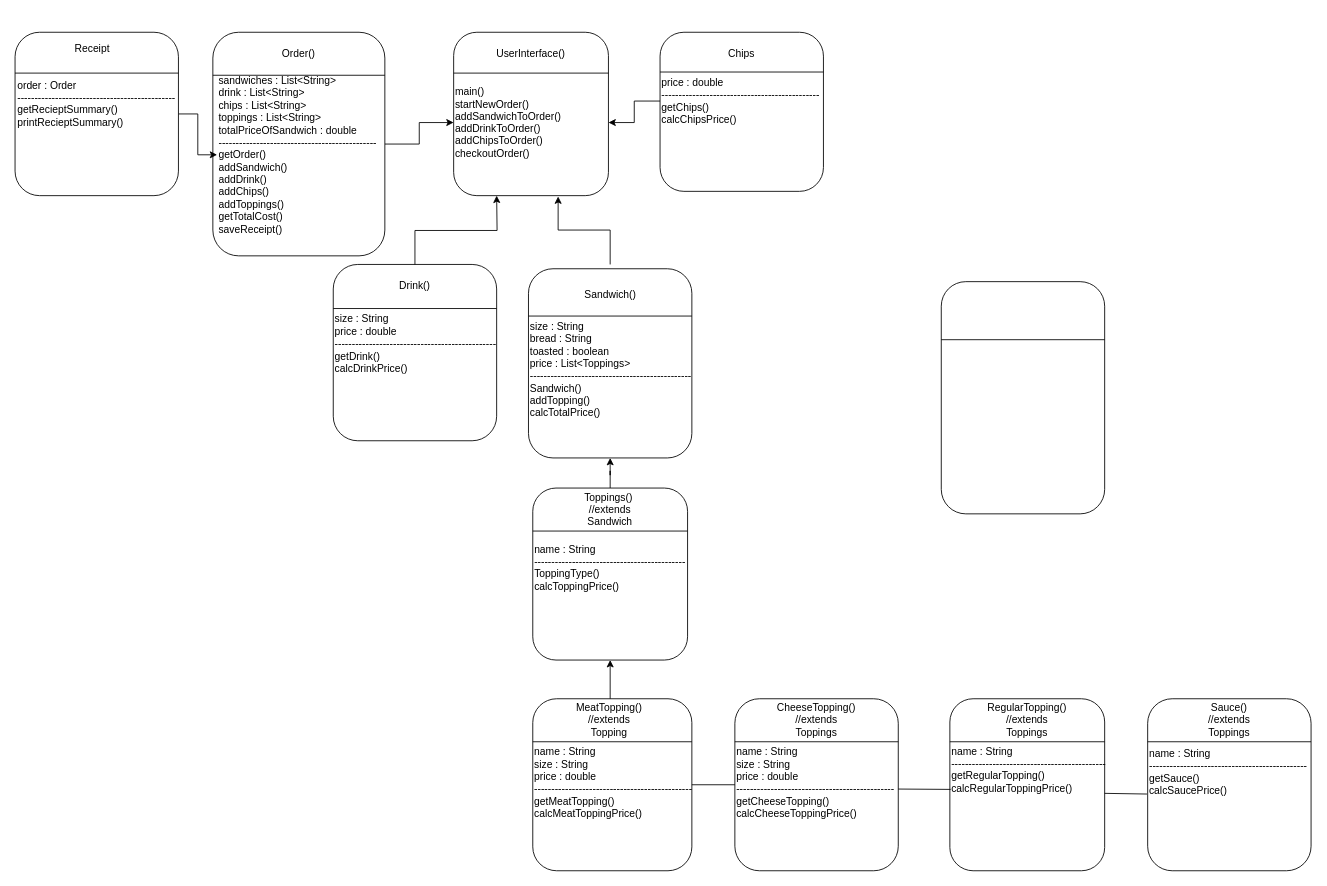
412-ChrisP/Deli-cious-Sandwiches keeps this draw.io diagram as Deli-ciousSandwichesDiagram.drawio. Above is the earlier version. Source tidied: cells renumbered, new cells numbered last; positions are measured from the earlier drawing's top-left corner, leaving out a move shared by most shapes. Both pictures are drawn from the tidied source at 86%, with x=0, y=0 at pixel (15, 15).
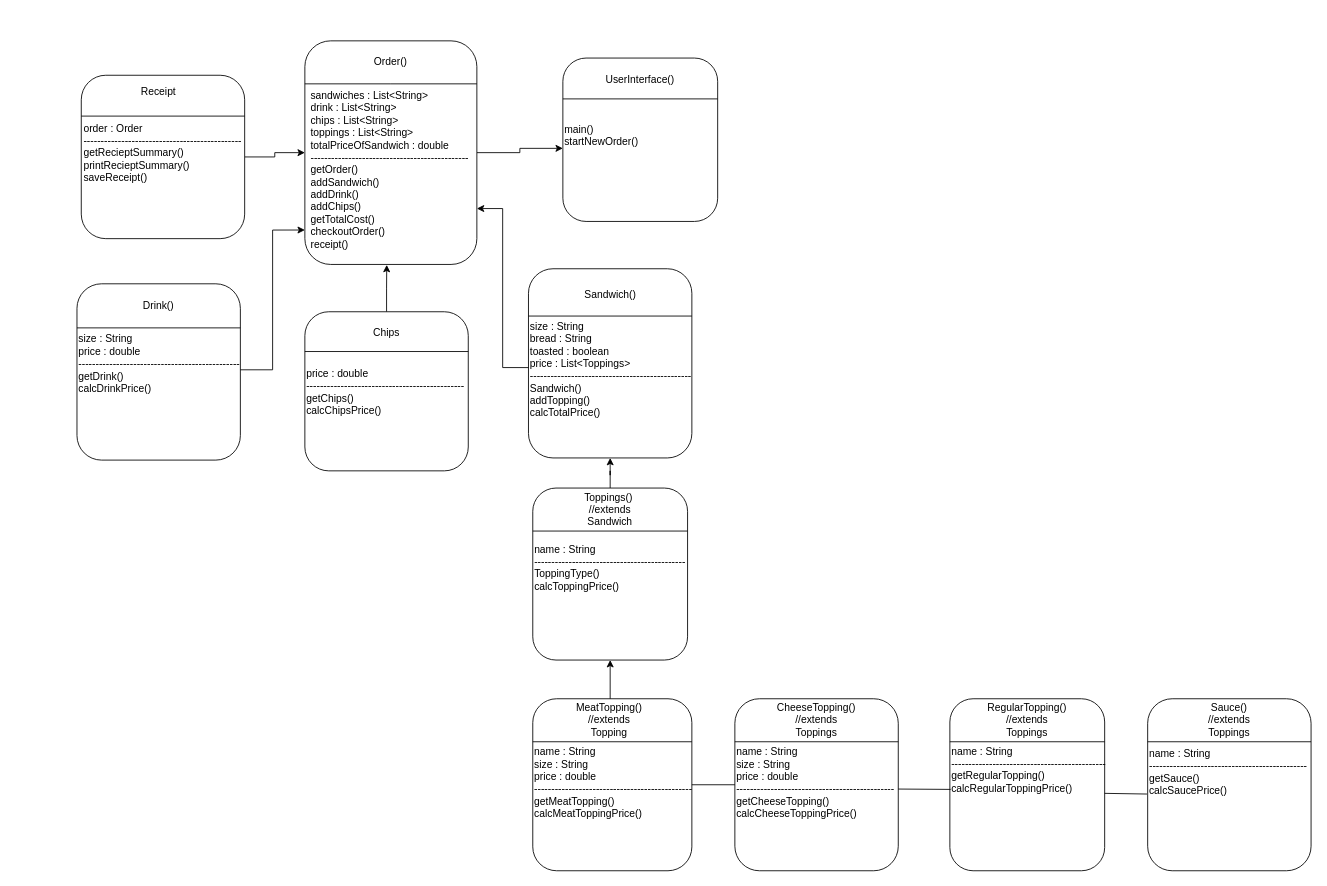
After the change.

Unchanged cells that the change refers to:
```xml
<mxCell id="32" value="Sandwich()" style="text;html=1;align=center;verticalAlign=middle;whiteSpace=wrap;rounded=0;" parent="1" vertex="1">
  <mxGeometry x="619.5" y="290" width="145" height="70" as="geometry" />
</mxCell>
<mxCell id="33" value="size : String&lt;div&gt;bread : String&lt;/div&gt;&lt;div&gt;toasted : boolean&lt;/div&gt;&lt;div&gt;price : List&amp;lt;Toppings&amp;gt;&lt;/div&gt;&lt;div&gt;-----------------------------------------------Sandwich()&lt;/div&gt;&lt;div&gt;addTopping()&lt;/div&gt;&lt;div&gt;calcTotalPrice()&lt;/div&gt;&lt;div&gt;&amp;nbsp;&lt;/div&gt;" style="text;html=1;align=left;verticalAlign=middle;whiteSpace=wrap;rounded=0;" parent="1" vertex="1">
  <mxGeometry x="597" y="325" width="190" height="190" as="geometry" />
</mxCell>
```

The edit, as a diff of the source:
```diff
@@
     <mxCell id="2" style="rounded=1;whiteSpace=wrap;html=1;" parent="1" vertex="1">
-      <mxGeometry x="510" y="20" width="180" height="190" as="geometry" />
+      <mxGeometry x="637" y="50" width="180" height="190" as="geometry" />
     </mxCell>
@@
     <mxCell id="7" style="rounded=1;whiteSpace=wrap;html=1;" parent="1" vertex="1">
-      <mxGeometry x="230" y="20" width="200" height="260" as="geometry" />
+      <mxGeometry x="337" y="30" width="200" height="260" as="geometry" />
     </mxCell>
     <mxCell id="8" style="endArrow=none;html=1;rounded=0;entryX=1;entryY=0.25;entryDx=0;entryDy=0;exitX=0;exitY=0.25;exitDx=0;exitDy=0;" parent="1" edge="1">
       <mxGeometry relative="1" as="geometry">
-        <mxPoint x="230" y="70" as="sourcePoint" />
-        <mxPoint x="430" y="70" as="targetPoint" />
+        <mxPoint x="337" y="80" as="sourcePoint" />
+        <mxPoint x="537" y="80" as="targetPoint" />
         <Array as="points">
-          <mxPoint x="330" y="70" />
+          <mxPoint x="437" y="80" />
         </Array>
       </mxGeometry>
     </mxCell>
@@
     <mxCell id="12" style="rounded=1;whiteSpace=wrap;html=1;" parent="1" vertex="1">
-      <mxGeometry x="370" y="290" width="190" height="205" as="geometry" />
+      <mxGeometry x="72" y="312.5" width="190" height="205" as="geometry" />
     </mxCell>
@@
-    <mxCell id="14" style="rounded=1;whiteSpace=wrap;html=1;" parent="1" vertex="1">
-      <mxGeometry x="1077" y="310" width="190" height="270" as="geometry" />
-    </mxCell>
-    <mxCell id="15" style="endArrow=none;html=1;rounded=0;entryX=1;entryY=0.25;entryDx=0;entryDy=0;exitX=0;exitY=0.25;exitDx=0;exitDy=0;" parent="1" edge="1" source="14" target="14">
-      <mxGeometry relative="1" as="geometry" />
-    </mxCell>
@@
+    <mxCell id="58" style="edgeStyle=orthogonalEdgeStyle;rounded=0;jettySize=auto;html=1;entryX=0.476;entryY=1.002;entryDx=0;entryDy=0;entryPerimeter=0;" parent="1" edge="1" source="20" target="7">
+      <mxGeometry relative="1" as="geometry" />
+    </mxCell>
     <mxCell id="20" style="rounded=1;whiteSpace=wrap;html=1;" parent="1" vertex="1">
-      <mxGeometry x="750" y="20" width="190" height="185" as="geometry" />
+      <mxGeometry x="337" y="345" width="190" height="185" as="geometry" />
     </mxCell>
@@
-    <mxCell id="22" style="edgeStyle=orthogonalEdgeStyle;rounded=0;jettySize=auto;html=1;" parent="1" edge="1" source="23" target="52">
+    <mxCell id="22" style="edgeStyle=orthogonalEdgeStyle;rounded=0;jettySize=auto;html=1;entryX=0;entryY=0.5;entryDx=0;entryDy=0;" parent="1" edge="1" source="23" target="7">
       <mxGeometry relative="1" as="geometry" />
     </mxCell>
     <mxCell id="23" style="rounded=1;whiteSpace=wrap;html=1;" parent="1" vertex="1">
-      <mxGeometry y="20" width="190" height="190" as="geometry" />
+      <mxGeometry x="77" y="70" width="190" height="190" as="geometry" />
     </mxCell>
@@
     <mxCell id="29" value="UserInterface()" style="text;html=1;align=center;verticalAlign=middle;whiteSpace=wrap;rounded=0;" parent="1" vertex="1">
-      <mxGeometry x="570" y="30" width="60" height="30" as="geometry" />
+      <mxGeometry x="697" y="60" width="60" height="30" as="geometry" />
     </mxCell>
-    <mxCell id="30" value="main()&lt;div&gt;startNewOrder()&lt;/div&gt;&lt;div&gt;addSandwichToOrder()&lt;/div&gt;&lt;div&gt;addDrinkToOrder()&lt;/div&gt;&lt;div&gt;addChipsToOrder()&lt;/div&gt;&lt;div style=&quot;&quot;&gt;checkoutOrder()&lt;/div&gt;" style="text;html=1;align=left;verticalAlign=middle;whiteSpace=wrap;rounded=0;" parent="1" vertex="1">
-      <mxGeometry x="510" y="70" width="180" height="110" as="geometry" />
+    <mxCell id="30" value="main()&lt;div&gt;startNewOrder()&lt;/div&gt;&lt;div&gt;&lt;br&gt;&lt;/div&gt;&lt;div style=&quot;&quot;&gt;&lt;br&gt;&lt;/div&gt;" style="text;html=1;align=left;verticalAlign=middle;whiteSpace=wrap;rounded=0;" parent="1" vertex="1">
+      <mxGeometry x="637" y="100" width="180" height="110" as="geometry" />
     </mxCell>
-    <mxCell id="31" style="edgeStyle=orthogonalEdgeStyle;rounded=0;jettySize=auto;html=1;entryX=0.675;entryY=1.005;entryDx=0;entryDy=0;entryPerimeter=0;" parent="1" edge="1" source="32" target="2">
+    <mxCell id="31" style="edgeStyle=orthogonalEdgeStyle;rounded=0;jettySize=auto;html=1;entryX=1;entryY=0.75;entryDx=0;entryDy=0;exitX=0;exitY=0.447;exitDx=0;exitDy=0;exitPerimeter=0;" parent="1" edge="1" source="33" target="7">
       <mxGeometry relative="1" as="geometry" />
     </mxCell>
@@
     <mxCell id="48" value="Drink()" style="text;html=1;align=center;verticalAlign=middle;whiteSpace=wrap;rounded=0;" parent="1" vertex="1">
-      <mxGeometry x="435" y="300" width="60" height="30" as="geometry" />
+      <mxGeometry x="137" y="322.5" width="60" height="30" as="geometry" />
     </mxCell>
-    <mxCell id="49" style="edgeStyle=orthogonalEdgeStyle;rounded=0;jettySize=auto;html=1;" parent="1" edge="1" source="50">
-      <mxGeometry relative="1" as="geometry">
-        <mxPoint x="560" y="210" as="targetPoint" />
-      </mxGeometry>
+    <mxCell id="49" style="edgeStyle=orthogonalEdgeStyle;rounded=0;jettySize=auto;html=1;entryX=0;entryY=0.846;entryDx=0;entryDy=0;entryPerimeter=0;" parent="1" edge="1" source="50" target="7">
+      <mxGeometry relative="1" as="geometry" />
     </mxCell>
     <mxCell id="50" value="size : String&lt;div&gt;price : double&lt;/div&gt;&lt;div&gt;-----------------------------------------------&lt;/div&gt;&lt;div&gt;getDrink()&lt;/div&gt;&lt;div&gt;calcDrinkPrice()&lt;br&gt;&lt;div&gt;&lt;br&gt;&lt;/div&gt;&lt;/div&gt;" style="text;html=1;align=left;verticalAlign=middle;whiteSpace=wrap;rounded=0;" parent="1" vertex="1">
-      <mxGeometry x="370" y="290" width="190" height="200" as="geometry" />
+      <mxGeometry x="72" y="312.5" width="190" height="200" as="geometry" />
     </mxCell>
     <mxCell id="51" value="Order()" style="text;html=1;align=center;verticalAlign=middle;whiteSpace=wrap;rounded=0;" parent="1" vertex="1">
-      <mxGeometry x="300" y="30" width="60" height="30" as="geometry" />
+      <mxGeometry x="407" y="40" width="60" height="30" as="geometry" />
     </mxCell>
-    <mxCell id="52" value="&lt;div&gt;sandwiches : List&amp;lt;String&amp;gt;&lt;/div&gt;&lt;div&gt;drink : List&amp;lt;String&amp;gt;&lt;/div&gt;&lt;div&gt;chips : List&amp;lt;String&amp;gt;&lt;/div&gt;&lt;div&gt;toppings : List&amp;lt;String&amp;gt;&lt;/div&gt;&lt;div&gt;totalPriceOfSandwich : double&lt;/div&gt;&lt;div&gt;----------------------------------------------&lt;/div&gt;getOrder()&lt;div&gt;addSandwich()&lt;/div&gt;&lt;div&gt;addDrink()&lt;/div&gt;&lt;div&gt;addChips()&lt;/div&gt;&lt;div&gt;addToppings()&lt;/div&gt;&lt;div&gt;getTotalCost()&lt;/div&gt;&lt;div&gt;saveReceipt()&lt;/div&gt;" style="text;html=1;align=left;verticalAlign=middle;whiteSpace=wrap;rounded=0;" parent="1" vertex="1">
-      <mxGeometry x="235" y="80" width="190" height="165" as="geometry" />
+    <mxCell id="52" value="&lt;div&gt;sandwiches : List&amp;lt;String&amp;gt;&lt;/div&gt;&lt;div&gt;drink : List&amp;lt;String&amp;gt;&lt;/div&gt;&lt;div&gt;chips : List&amp;lt;String&amp;gt;&lt;/div&gt;&lt;div&gt;toppings : List&amp;lt;String&amp;gt;&lt;/div&gt;&lt;div&gt;totalPriceOfSandwich : double&lt;/div&gt;&lt;div&gt;----------------------------------------------&lt;/div&gt;getOrder()&lt;div&gt;addSandwich()&lt;/div&gt;&lt;div&gt;addDrink()&lt;/div&gt;&lt;div&gt;addChips()&lt;/div&gt;&lt;div&gt;getTotalCost()&lt;/div&gt;&lt;div&gt;checkoutOrder()&lt;/div&gt;&lt;div&gt;receipt()&lt;/div&gt;" style="text;html=1;align=left;verticalAlign=middle;whiteSpace=wrap;rounded=0;" parent="1" vertex="1">
+      <mxGeometry x="342" y="97.5" width="190" height="165" as="geometry" />
     </mxCell>
     <mxCell id="53" value="Receipt" style="text;html=1;align=center;verticalAlign=middle;whiteSpace=wrap;rounded=0;" parent="1" vertex="1">
-      <mxGeometry x="60" y="25" width="60" height="30" as="geometry" />
+      <mxGeometry x="137" y="75" width="60" height="30" as="geometry" />
     </mxCell>
-    <mxCell id="54" value="order : Order&lt;div&gt;----------------------------------------------&lt;/div&gt;&lt;div&gt;getRecieptSummary()&lt;/div&gt;&lt;div&gt;printRecieptSummary()&lt;/div&gt;&lt;div&gt;&lt;br&gt;&lt;/div&gt;" style="text;html=1;align=left;verticalAlign=middle;whiteSpace=wrap;rounded=0;" parent="1" vertex="1">
-      <mxGeometry x="1" y="47.5" width="190" height="125" as="geometry" />
+    <mxCell id="54" value="order : Order&lt;div&gt;----------------------------------------------&lt;/div&gt;&lt;div&gt;getRecieptSummary()&lt;/div&gt;&lt;div&gt;printRecieptSummary()&lt;/div&gt;&lt;div&gt;saveReceipt()&lt;/div&gt;" style="text;html=1;align=left;verticalAlign=middle;whiteSpace=wrap;rounded=0;" parent="1" vertex="1">
+      <mxGeometry x="78" y="97.5" width="190" height="125" as="geometry" />
     </mxCell>
     <mxCell id="55" value="Chips" style="text;html=1;align=center;verticalAlign=middle;whiteSpace=wrap;rounded=0;" parent="1" vertex="1">
-      <mxGeometry x="815" y="30" width="60" height="30" as="geometry" />
+      <mxGeometry x="402" y="355" width="60" height="30" as="geometry" />
     </mxCell>
-    <mxCell id="56" style="edgeStyle=orthogonalEdgeStyle;rounded=0;jettySize=auto;html=1;" parent="1" edge="1" source="57" target="30">
-      <mxGeometry relative="1" as="geometry" />
-    </mxCell>
     <mxCell id="57" value="price : double&lt;div&gt;----------------------------------------------&lt;/div&gt;&lt;div&gt;getChips()&lt;/div&gt;&lt;div&gt;calcChipsPrice()&lt;/div&gt;" style="text;html=1;align=left;verticalAlign=middle;whiteSpace=wrap;rounded=0;" parent="1" vertex="1">
-      <mxGeometry x="750" width="190" height="200" as="geometry" />
+      <mxGeometry x="337" y="390" width="190" height="95" as="geometry" />
     </mxCell>
```
